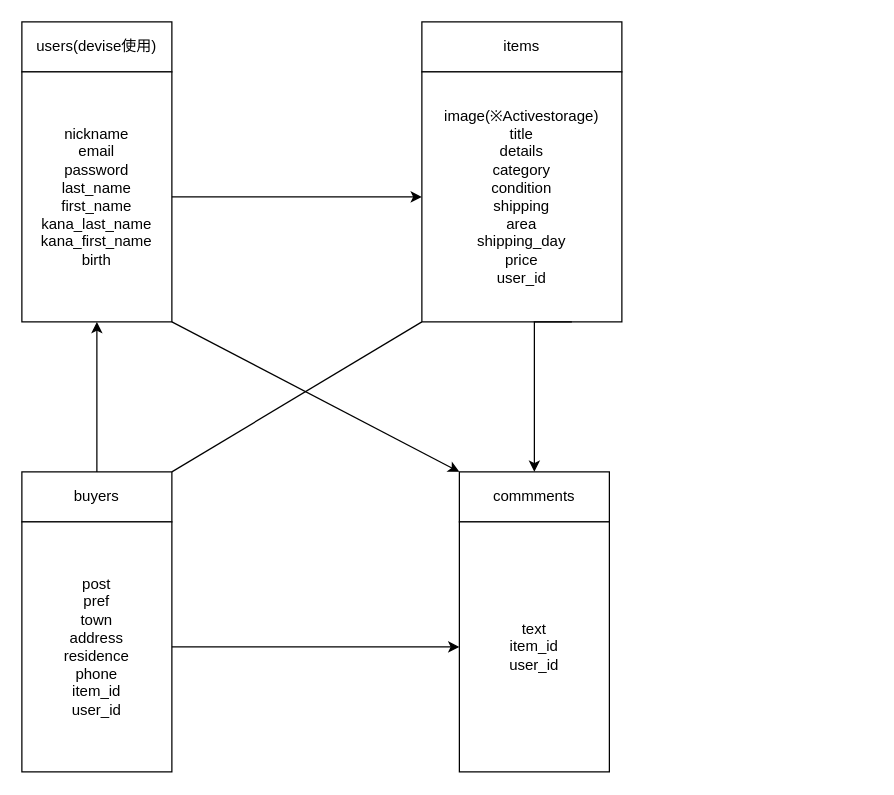
This is ERfigure.dio from 1chi1en/furima-30583, a draw.io file, before an edit. Source tidied: cells renumbered, new cells numbered last; positions are measured from the earlier drawing's top-left corner, leaving out a move shared by most shapes. Both pictures are drawn from the tidied source at 125%, with x=0, y=0 at pixel (21, 21).
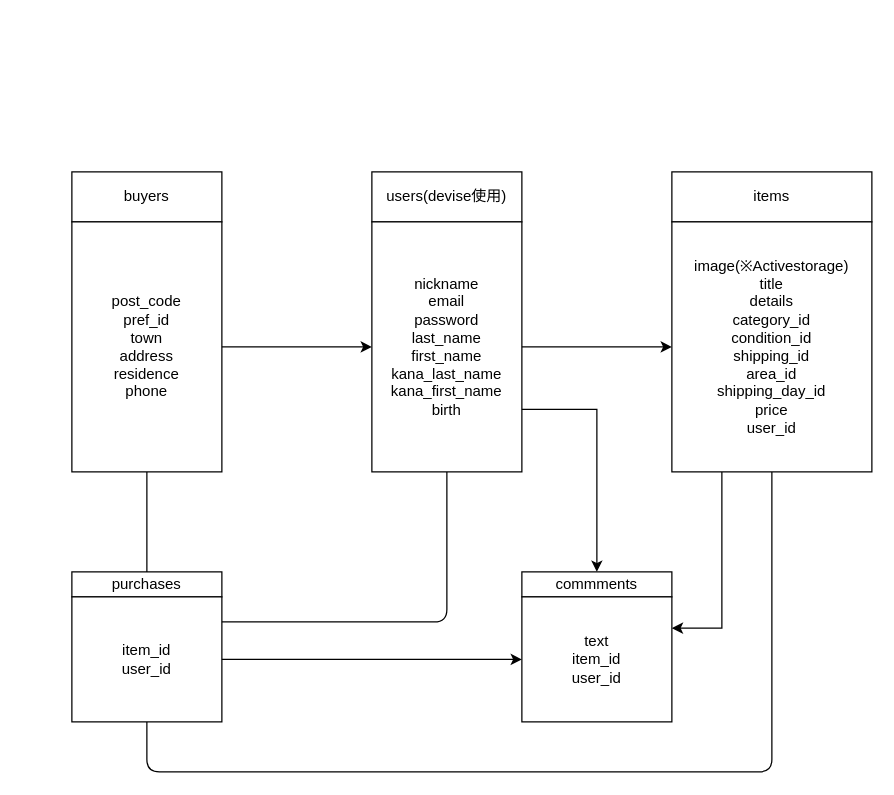
After the change.

Commit message (it also covers changes not shown here):
README記述（修正４回目）

The change refers to these unchanged cells:
```xml
<mxCell id="6" value="nickname&lt;br&gt;email&lt;br&gt;password&lt;br&gt;last_name&lt;br&gt;first_name&lt;br&gt;kana_last_name&lt;br&gt;kana_first_name&lt;br&gt;birth" style="text;html=1;strokeColor=none;fillColor=none;align=center;verticalAlign=middle;whiteSpace=wrap;rounded=0;" parent="2" vertex="1">
  <mxGeometry y="40" width="120" height="200" as="geometry" />
</mxCell>
<mxCell id="13" value="buyers" style="rounded=0;whiteSpace=wrap;html=1;" parent="12" vertex="1">
  <mxGeometry width="120" height="40" as="geometry" />
</mxCell>
```

The edit, as a diff of the source:
```diff
@@
     <mxCell id="2" style="group;" parent="1" vertex="1">
-      <mxGeometry width="120" height="240" as="geometry" />
+      <mxGeometry x="280" y="120" width="120" height="240" as="geometry" />
     </mxCell>
@@
     <mxCell id="7" style="group;" parent="1" vertex="1">
-      <mxGeometry x="320" width="160" height="240" as="geometry" />
+      <mxGeometry x="520" y="120" width="160" height="240" as="geometry" />
     </mxCell>
@@
-    <mxCell id="11" value="image(※Activestorage)&lt;br&gt;title&lt;br&gt;details&lt;br&gt;category&lt;br&gt;condition&lt;br&gt;shipping&lt;br&gt;area&lt;br&gt;shipping_day&lt;br&gt;price&lt;br&gt;user_id" style="text;html=1;strokeColor=none;fillColor=none;align=center;verticalAlign=middle;whiteSpace=wrap;rounded=0;" parent="7" vertex="1">
+    <mxCell id="11" value="image(※Activestorage)&lt;br&gt;title&lt;br&gt;details&lt;br&gt;category_id&lt;br&gt;condition_id&lt;br&gt;shipping_id&lt;br&gt;area_id&lt;br&gt;shipping_day_id&lt;br&gt;price&lt;br&gt;user_id" style="text;html=1;strokeColor=none;fillColor=none;align=center;verticalAlign=middle;whiteSpace=wrap;rounded=0;" parent="7" vertex="1">
       <mxGeometry y="40" width="160" height="200" as="geometry" />
     </mxCell>
     <mxCell id="12" style="group;" parent="1" vertex="1">
-      <mxGeometry y="360" width="120" height="240" as="geometry" />
+      <mxGeometry x="40" y="120" width="120" height="240" as="geometry" />
     </mxCell>
@@
-    <mxCell id="15" value="post&lt;br&gt;pref&lt;br&gt;town&lt;br&gt;address&lt;br&gt;residence&lt;br&gt;phone&lt;br&gt;item_id&lt;br&gt;user_id" style="text;html=1;strokeColor=none;fillColor=none;align=center;verticalAlign=middle;whiteSpace=wrap;rounded=0;" parent="12" vertex="1">
+    <mxCell id="15" value="post_code&lt;br&gt;pref_id&lt;br&gt;town&lt;br&gt;address&lt;br&gt;residence&lt;br&gt;phone" style="text;html=1;strokeColor=none;fillColor=none;align=center;verticalAlign=middle;whiteSpace=wrap;rounded=0;" parent="12" vertex="1">
       <mxGeometry y="40" width="120" height="200" as="geometry" />
     </mxCell>
     <mxCell id="16" style="group;" parent="1" vertex="1">
-      <mxGeometry x="350" y="360" width="120" height="240" as="geometry" />
+      <mxGeometry x="400" y="440" width="120" height="120" as="geometry" />
     </mxCell>
     <mxCell id="17" value="commments" style="rounded=0;whiteSpace=wrap;html=1;" parent="16" vertex="1">
-      <mxGeometry width="120" height="40" as="geometry" />
+      <mxGeometry width="120" height="20" as="geometry" />
     </mxCell>
     <mxCell id="18" style="rounded=0;whiteSpace=wrap;html=1;" parent="16" vertex="1">
-      <mxGeometry y="40" width="120" height="200" as="geometry" />
+      <mxGeometry y="20" width="120" height="100" as="geometry" />
     </mxCell>
     <mxCell id="19" value="text&lt;br&gt;item_id&lt;br&gt;user_id" style="text;html=1;strokeColor=none;fillColor=none;align=center;verticalAlign=middle;whiteSpace=wrap;rounded=0;" parent="16" vertex="1">
-      <mxGeometry y="40" width="120" height="200" as="geometry" />
+      <mxGeometry y="20" width="120" height="100" as="geometry" />
     </mxCell>
@@
-    <mxCell id="21" style="edgeStyle=orthogonalEdgeStyle;rounded=0;jettySize=auto;html=1;exitX=1;exitY=0.5;exitDx=0;exitDy=0;entryX=0;entryY=0.5;entryDx=0;entryDy=0;" parent="1" edge="1" source="15" target="19">
-      <mxGeometry relative="1" as="geometry" />
-    </mxCell>
-    <mxCell id="22" style="endArrow=none;html=1;exitX=1;exitY=0;exitDx=0;exitDy=0;entryX=0;entryY=1;entryDx=0;entryDy=0;" parent="1" edge="1" source="13" target="11">
-      <mxGeometry relative="1" as="geometry" />
-    </mxCell>
+    <mxCell id="26" style="group;" parent="1" vertex="1">
+      <mxGeometry x="40" y="440" width="120" height="120" as="geometry" />
+    </mxCell>
+    <mxCell id="27" style="rounded=0;whiteSpace=wrap;html=1;" parent="26" vertex="1">
+      <mxGeometry width="120" height="20" as="geometry" />
+    </mxCell>
+    <mxCell id="28" style="rounded=0;whiteSpace=wrap;html=1;" parent="26" vertex="1">
+      <mxGeometry y="20" width="120" height="100" as="geometry" />
+    </mxCell>
+    <mxCell id="29" value="purchases" style="text;html=1;strokeColor=none;fillColor=none;align=center;verticalAlign=middle;whiteSpace=wrap;rounded=0;" parent="26" vertex="1">
+      <mxGeometry width="120" height="20" as="geometry" />
+    </mxCell>
+    <mxCell id="30" value="item_id&lt;br&gt;user_id" style="text;html=1;strokeColor=none;fillColor=none;align=center;verticalAlign=middle;whiteSpace=wrap;rounded=0;" parent="26" vertex="1">
+      <mxGeometry y="20" width="120" height="100" as="geometry" />
+    </mxCell>
+    <mxCell id="31" style="endArrow=none;html=1;exitX=0.5;exitY=1;exitDx=0;exitDy=0;entryX=0.5;entryY=1;entryDx=0;entryDy=0;" parent="1" edge="1" source="30" target="11">
+      <mxGeometry relative="1" as="geometry">
+        <Array as="points">
+          <mxPoint x="100" y="600" />
+          <mxPoint x="600" y="600" />
+        </Array>
+      </mxGeometry>
+    </mxCell>
+    <mxCell id="32" style="edgeStyle=orthogonalEdgeStyle;rounded=0;jettySize=auto;html=1;exitX=1;exitY=0.5;exitDx=0;exitDy=0;entryX=0;entryY=0.5;entryDx=0;entryDy=0;" parent="1" edge="1" source="15" target="6">
+      <mxGeometry relative="1" as="geometry" />
+    </mxCell>
+    <mxCell id="33" style="edgeStyle=orthogonalEdgeStyle;rounded=0;jettySize=auto;html=1;exitX=0.25;exitY=1;exitDx=0;exitDy=0;entryX=1;entryY=0.25;entryDx=0;entryDy=0;" parent="1" edge="1" source="11" target="19">
+      <mxGeometry relative="1" as="geometry" />
+    </mxCell>
-    <mxCell id="23" style="endArrow=classic;html=1;exitX=1;exitY=1;exitDx=0;exitDy=0;entryX=0;entryY=0;entryDx=0;entryDy=0;" parent="1" edge="1" source="6" target="17">
+    <mxCell id="23" style="edgeStyle=orthogonalEdgeStyle;rounded=0;jettySize=auto;html=1;exitX=1;exitY=0.75;exitDx=0;exitDy=0;entryX=0.5;entryY=0;entryDx=0;entryDy=0;" parent="1" edge="1" source="6" target="17">
       <mxGeometry relative="1" as="geometry" />
     </mxCell>
-    <mxCell id="24" style="edgeStyle=orthogonalEdgeStyle;rounded=0;jettySize=auto;html=1;exitX=0.75;exitY=1;exitDx=0;exitDy=0;entryX=0.5;entryY=0;entryDx=0;entryDy=0;" parent="1" edge="1" source="11" target="17">
-      <mxGeometry relative="1" as="geometry">
-        <Array as="points">
-          <mxPoint x="410" y="240" />
-        </Array>
-      </mxGeometry>
-    </mxCell>
-    <mxCell id="25" style="edgeStyle=orthogonalEdgeStyle;rounded=0;jettySize=auto;html=1;exitX=0.5;exitY=0;exitDx=0;exitDy=0;entryX=0.5;entryY=1;entryDx=0;entryDy=0;" parent="1" edge="1" source="13" target="6">
-      <mxGeometry relative="1" as="geometry" />
-    </mxCell>
+    <mxCell id="34" style="edgeStyle=orthogonalEdgeStyle;rounded=0;jettySize=auto;html=1;exitX=1;exitY=0.5;exitDx=0;exitDy=0;entryX=0;entryY=0.5;entryDx=0;entryDy=0;" parent="1" edge="1" source="30" target="19">
+      <mxGeometry relative="1" as="geometry" />
+    </mxCell>
+    <mxCell id="35" style="endArrow=none;html=1;exitX=0.5;exitY=0;exitDx=0;exitDy=0;" parent="1" edge="1" source="29">
+      <mxGeometry relative="1" as="geometry">
+        <mxPoint x="100" y="360" as="targetPoint" />
+      </mxGeometry>
+    </mxCell>
+    <mxCell id="36" style="endArrow=none;html=1;entryX=0.5;entryY=1;entryDx=0;entryDy=0;" parent="1" edge="1" target="6">
+      <mxGeometry relative="1" as="geometry">
+        <mxPoint x="160" y="480" as="sourcePoint" />
+        <Array as="points">
+          <mxPoint x="340" y="480" />
+        </Array>
+      </mxGeometry>
+    </mxCell>
```
